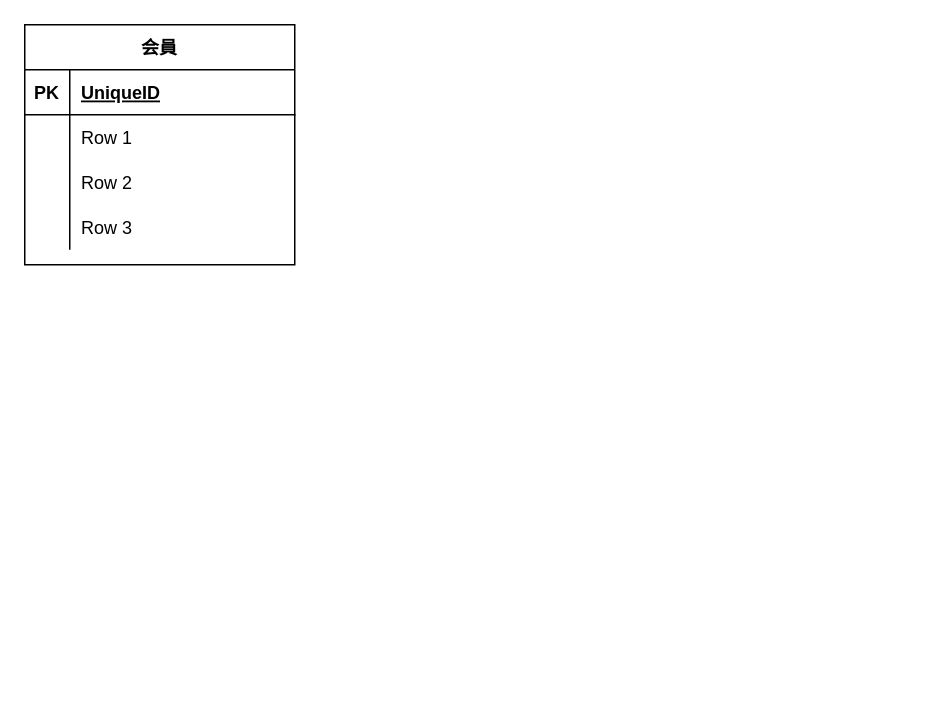
This is Rennsyuu Diagram.drawio from 38takumi/-, a draw.io file, before an edit. Source tidied: cells renumbered, new cells numbered last; positions are measured from the earlier drawing's top-left corner, leaving out a move shared by most shapes. Both pictures are drawn from the tidied source at 150%, with x=0, y=0 at pixel (24, 24).
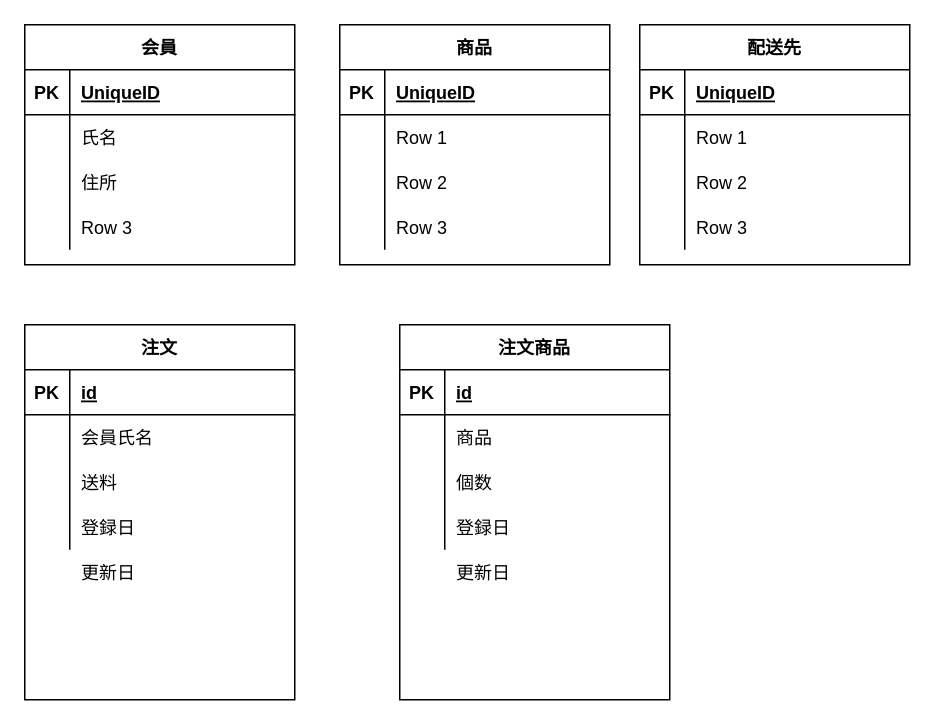
The same diagram, later.

The change refers to these unchanged cells:
```xml
<mxCell id="6" style="shape=partialRectangle;fillColor=none;top=0;left=0;bottom=0;right=0;" parent="2" vertex="1">
  <mxGeometry y="60" width="180" height="30" as="geometry" />
</mxCell>
<mxCell id="9" style="shape=partialRectangle;fillColor=none;top=0;left=0;bottom=0;right=0;" parent="2" vertex="1">
  <mxGeometry y="90" width="180" height="30" as="geometry" />
</mxCell>
```

Change to the diagram source:
```diff
@@
-    <mxCell id="8" value="Row 1" style="shape=partialRectangle;fillColor=none;top=0;left=0;bottom=0;right=0;align=left;spacingLeft=6;overflow=hidden;" parent="6" vertex="1">
+    <mxCell id="8" value="氏名" style="shape=partialRectangle;fillColor=none;top=0;left=0;bottom=0;right=0;align=left;spacingLeft=6;overflow=hidden;" parent="6" vertex="1">
       <mxGeometry x="30" width="150" height="30" as="geometry" />
     </mxCell>
@@
-    <mxCell id="11" value="Row 2" style="shape=partialRectangle;fillColor=none;top=0;left=0;bottom=0;right=0;align=left;spacingLeft=6;overflow=hidden;" parent="9" vertex="1">
+    <mxCell id="11" value="住所" style="shape=partialRectangle;fillColor=none;top=0;left=0;bottom=0;right=0;align=left;spacingLeft=6;overflow=hidden;" parent="9" vertex="1">
       <mxGeometry x="30" width="150" height="30" as="geometry" />
     </mxCell>
@@
+    <mxCell id="15" value="商品" style="shape=table;startSize=30;childLayout=tableLayout;rowLines=0;fontStyle=1;align=center;" parent="1" vertex="1">
+      <mxGeometry x="210" width="180" height="160" as="geometry" />
+    </mxCell>
+    <mxCell id="16" style="shape=partialRectangle;fillColor=none;top=0;left=0;bottom=1;right=0;" parent="15" vertex="1">
+      <mxGeometry y="30" width="180" height="30" as="geometry" />
+    </mxCell>
+    <mxCell id="17" value="PK" style="shape=partialRectangle;fillColor=none;top=0;left=0;bottom=0;right=0;fontStyle=1;overflow=hidden;" parent="16" vertex="1">
+      <mxGeometry width="30" height="30" as="geometry" />
+    </mxCell>
+    <mxCell id="18" value="UniqueID" style="shape=partialRectangle;fillColor=none;top=0;left=0;bottom=0;right=0;align=left;spacingLeft=6;fontStyle=5;overflow=hidden;" parent="16" vertex="1">
+      <mxGeometry x="30" width="150" height="30" as="geometry" />
+    </mxCell>
+    <mxCell id="19" style="shape=partialRectangle;fillColor=none;top=0;left=0;bottom=0;right=0;" parent="15" vertex="1">
+      <mxGeometry y="60" width="180" height="30" as="geometry" />
+    </mxCell>
+    <mxCell id="20" style="shape=partialRectangle;fillColor=none;top=0;left=0;bottom=0;right=0;overflow=hidden;" parent="19" vertex="1">
+      <mxGeometry width="30" height="30" as="geometry" />
+    </mxCell>
+    <mxCell id="21" value="Row 1" style="shape=partialRectangle;fillColor=none;top=0;left=0;bottom=0;right=0;align=left;spacingLeft=6;overflow=hidden;" parent="19" vertex="1">
+      <mxGeometry x="30" width="150" height="30" as="geometry" />
+    </mxCell>
+    <mxCell id="22" style="shape=partialRectangle;fillColor=none;top=0;left=0;bottom=0;right=0;" parent="15" vertex="1">
+      <mxGeometry y="90" width="180" height="30" as="geometry" />
+    </mxCell>
+    <mxCell id="23" style="shape=partialRectangle;fillColor=none;top=0;left=0;bottom=0;right=0;overflow=hidden;" parent="22" vertex="1">
+      <mxGeometry width="30" height="30" as="geometry" />
+    </mxCell>
+    <mxCell id="24" value="Row 2" style="shape=partialRectangle;fillColor=none;top=0;left=0;bottom=0;right=0;align=left;spacingLeft=6;overflow=hidden;" parent="22" vertex="1">
+      <mxGeometry x="30" width="150" height="30" as="geometry" />
+    </mxCell>
+    <mxCell id="25" style="shape=partialRectangle;fillColor=none;top=0;left=0;bottom=0;right=0;" parent="15" vertex="1">
+      <mxGeometry y="120" width="180" height="30" as="geometry" />
+    </mxCell>
+    <mxCell id="26" style="shape=partialRectangle;fillColor=none;top=0;left=0;bottom=0;right=0;overflow=hidden;" parent="25" vertex="1">
+      <mxGeometry width="30" height="30" as="geometry" />
+    </mxCell>
+    <mxCell id="27" value="Row 3" style="shape=partialRectangle;fillColor=none;top=0;left=0;bottom=0;right=0;align=left;spacingLeft=6;overflow=hidden;" parent="25" vertex="1">
+      <mxGeometry x="30" width="150" height="30" as="geometry" />
+    </mxCell>
+    <mxCell id="28" value="配送先" style="shape=table;startSize=30;childLayout=tableLayout;rowLines=0;fontStyle=1;align=center;" parent="1" vertex="1">
+      <mxGeometry x="410" width="180" height="160" as="geometry" />
+    </mxCell>
+    <mxCell id="29" style="shape=partialRectangle;fillColor=none;top=0;left=0;bottom=1;right=0;" parent="28" vertex="1">
+      <mxGeometry y="30" width="180" height="30" as="geometry" />
+    </mxCell>
+    <mxCell id="30" value="PK" style="shape=partialRectangle;fillColor=none;top=0;left=0;bottom=0;right=0;fontStyle=1;overflow=hidden;" parent="29" vertex="1">
+      <mxGeometry width="30" height="30" as="geometry" />
+    </mxCell>
+    <mxCell id="31" value="UniqueID" style="shape=partialRectangle;fillColor=none;top=0;left=0;bottom=0;right=0;align=left;spacingLeft=6;fontStyle=5;overflow=hidden;" parent="29" vertex="1">
+      <mxGeometry x="30" width="150" height="30" as="geometry" />
+    </mxCell>
+    <mxCell id="32" style="shape=partialRectangle;fillColor=none;top=0;left=0;bottom=0;right=0;" parent="28" vertex="1">
+      <mxGeometry y="60" width="180" height="30" as="geometry" />
+    </mxCell>
+    <mxCell id="33" style="shape=partialRectangle;fillColor=none;top=0;left=0;bottom=0;right=0;overflow=hidden;" parent="32" vertex="1">
+      <mxGeometry width="30" height="30" as="geometry" />
+    </mxCell>
+    <mxCell id="34" value="Row 1" style="shape=partialRectangle;fillColor=none;top=0;left=0;bottom=0;right=0;align=left;spacingLeft=6;overflow=hidden;" parent="32" vertex="1">
+      <mxGeometry x="30" width="150" height="30" as="geometry" />
+    </mxCell>
+    <mxCell id="35" style="shape=partialRectangle;fillColor=none;top=0;left=0;bottom=0;right=0;" parent="28" vertex="1">
+      <mxGeometry y="90" width="180" height="30" as="geometry" />
+    </mxCell>
+    <mxCell id="36" style="shape=partialRectangle;fillColor=none;top=0;left=0;bottom=0;right=0;overflow=hidden;" parent="35" vertex="1">
+      <mxGeometry width="30" height="30" as="geometry" />
+    </mxCell>
+    <mxCell id="37" value="Row 2" style="shape=partialRectangle;fillColor=none;top=0;left=0;bottom=0;right=0;align=left;spacingLeft=6;overflow=hidden;" parent="35" vertex="1">
+      <mxGeometry x="30" width="150" height="30" as="geometry" />
+    </mxCell>
+    <mxCell id="38" style="shape=partialRectangle;fillColor=none;top=0;left=0;bottom=0;right=0;" parent="28" vertex="1">
+      <mxGeometry y="120" width="180" height="30" as="geometry" />
+    </mxCell>
+    <mxCell id="39" style="shape=partialRectangle;fillColor=none;top=0;left=0;bottom=0;right=0;overflow=hidden;" parent="38" vertex="1">
+      <mxGeometry width="30" height="30" as="geometry" />
+    </mxCell>
+    <mxCell id="40" value="Row 3" style="shape=partialRectangle;fillColor=none;top=0;left=0;bottom=0;right=0;align=left;spacingLeft=6;overflow=hidden;" parent="38" vertex="1">
+      <mxGeometry x="30" width="150" height="30" as="geometry" />
+    </mxCell>
+    <mxCell id="41" value="注文" style="shape=table;startSize=30;childLayout=tableLayout;rowLines=0;fontStyle=1;align=center;" parent="1" vertex="1">
+      <mxGeometry y="200" width="180" height="250" as="geometry" />
+    </mxCell>
+    <mxCell id="42" style="shape=partialRectangle;fillColor=none;top=0;left=0;bottom=1;right=0;" parent="41" vertex="1">
+      <mxGeometry y="30" width="180" height="30" as="geometry" />
+    </mxCell>
+    <mxCell id="43" value="PK" style="shape=partialRectangle;fillColor=none;top=0;left=0;bottom=0;right=0;fontStyle=1;overflow=hidden;" parent="42" vertex="1">
+      <mxGeometry width="30" height="30" as="geometry" />
+    </mxCell>
+    <mxCell id="44" value="id" style="shape=partialRectangle;fillColor=none;top=0;left=0;bottom=0;right=0;align=left;spacingLeft=6;fontStyle=5;overflow=hidden;" parent="42" vertex="1">
+      <mxGeometry x="30" width="150" height="30" as="geometry" />
+    </mxCell>
+    <mxCell id="45" style="shape=partialRectangle;fillColor=none;top=0;left=0;bottom=0;right=0;" parent="41" vertex="1">
+      <mxGeometry y="60" width="180" height="30" as="geometry" />
+    </mxCell>
+    <mxCell id="46" style="shape=partialRectangle;fillColor=none;top=0;left=0;bottom=0;right=0;overflow=hidden;" parent="45" vertex="1">
+      <mxGeometry width="30" height="30" as="geometry" />
+    </mxCell>
+    <mxCell id="47" value="会員氏名" style="shape=partialRectangle;fillColor=none;top=0;left=0;bottom=0;right=0;align=left;spacingLeft=6;overflow=hidden;" parent="45" vertex="1">
+      <mxGeometry x="30" width="150" height="30" as="geometry" />
+    </mxCell>
+    <mxCell id="48" style="shape=partialRectangle;fillColor=none;top=0;left=0;bottom=0;right=0;" parent="41" vertex="1">
+      <mxGeometry y="90" width="180" height="30" as="geometry" />
+    </mxCell>
+    <mxCell id="49" style="shape=partialRectangle;fillColor=none;top=0;left=0;bottom=0;right=0;overflow=hidden;" parent="48" vertex="1">
+      <mxGeometry width="30" height="30" as="geometry" />
+    </mxCell>
+    <mxCell id="50" style="shape=partialRectangle;fillColor=none;top=0;left=0;bottom=0;right=0;align=left;spacingLeft=6;overflow=hidden;" parent="48" vertex="1">
+      <mxGeometry x="30" width="150" height="30" as="geometry" />
+    </mxCell>
+    <mxCell id="51" style="shape=partialRectangle;fillColor=none;top=0;left=0;bottom=0;right=0;" parent="41" vertex="1">
+      <mxGeometry y="120" width="180" height="30" as="geometry" />
+    </mxCell>
+    <mxCell id="52" style="shape=partialRectangle;fillColor=none;top=0;left=0;bottom=0;right=0;overflow=hidden;" parent="51" vertex="1">
+      <mxGeometry width="30" height="30" as="geometry" />
+    </mxCell>
+    <mxCell id="53" style="shape=partialRectangle;fillColor=none;top=0;left=0;bottom=0;right=0;align=left;spacingLeft=6;overflow=hidden;" parent="51" vertex="1">
+      <mxGeometry x="30" width="150" height="30" as="geometry" />
+    </mxCell>
+    <mxCell id="54" value="送料" style="shape=partialRectangle;fillColor=none;top=0;left=0;bottom=0;right=0;align=left;spacingLeft=6;overflow=hidden;" parent="1" vertex="1">
+      <mxGeometry x="30" y="290" width="150" height="30" as="geometry" />
+    </mxCell>
+    <mxCell id="55" value="登録日" style="shape=partialRectangle;fillColor=none;top=0;left=0;bottom=0;right=0;align=left;spacingLeft=6;overflow=hidden;" parent="1" vertex="1">
+      <mxGeometry x="280" y="320" width="150" height="30" as="geometry" />
+    </mxCell>
+    <mxCell id="56" value="更新日" style="shape=partialRectangle;fillColor=none;top=0;left=0;bottom=0;right=0;align=left;spacingLeft=6;overflow=hidden;" parent="1" vertex="1">
+      <mxGeometry x="280" y="350" width="150" height="30" as="geometry" />
+    </mxCell>
+    <mxCell id="57" value="注文商品" style="shape=table;startSize=30;childLayout=tableLayout;rowLines=0;fontStyle=1;align=center;" parent="1" vertex="1">
+      <mxGeometry x="250" y="200" width="180" height="250" as="geometry" />
+    </mxCell>
+    <mxCell id="58" style="shape=partialRectangle;fillColor=none;top=0;left=0;bottom=1;right=0;" parent="57" vertex="1">
+      <mxGeometry y="30" width="180" height="30" as="geometry" />
+    </mxCell>
+    <mxCell id="59" value="PK" style="shape=partialRectangle;fillColor=none;top=0;left=0;bottom=0;right=0;fontStyle=1;overflow=hidden;" parent="58" vertex="1">
+      <mxGeometry width="30" height="30" as="geometry" />
+    </mxCell>
+    <mxCell id="60" value="id" style="shape=partialRectangle;fillColor=none;top=0;left=0;bottom=0;right=0;align=left;spacingLeft=6;fontStyle=5;overflow=hidden;" parent="58" vertex="1">
+      <mxGeometry x="30" width="150" height="30" as="geometry" />
+    </mxCell>
+    <mxCell id="61" style="shape=partialRectangle;fillColor=none;top=0;left=0;bottom=0;right=0;" parent="57" vertex="1">
+      <mxGeometry y="60" width="180" height="30" as="geometry" />
+    </mxCell>
+    <mxCell id="62" style="shape=partialRectangle;fillColor=none;top=0;left=0;bottom=0;right=0;overflow=hidden;" parent="61" vertex="1">
+      <mxGeometry width="30" height="30" as="geometry" />
+    </mxCell>
+    <mxCell id="63" value="商品" style="shape=partialRectangle;fillColor=none;top=0;left=0;bottom=0;right=0;align=left;spacingLeft=6;overflow=hidden;" parent="61" vertex="1">
+      <mxGeometry x="30" width="150" height="30" as="geometry" />
+    </mxCell>
+    <mxCell id="64" style="shape=partialRectangle;fillColor=none;top=0;left=0;bottom=0;right=0;" parent="57" vertex="1">
+      <mxGeometry y="90" width="180" height="30" as="geometry" />
+    </mxCell>
+    <mxCell id="65" style="shape=partialRectangle;fillColor=none;top=0;left=0;bottom=0;right=0;overflow=hidden;" parent="64" vertex="1">
+      <mxGeometry width="30" height="30" as="geometry" />
+    </mxCell>
+    <mxCell id="66" value="個数" style="shape=partialRectangle;fillColor=none;top=0;left=0;bottom=0;right=0;align=left;spacingLeft=6;overflow=hidden;" parent="64" vertex="1">
+      <mxGeometry x="30" width="150" height="30" as="geometry" />
+    </mxCell>
+    <mxCell id="67" style="shape=partialRectangle;fillColor=none;top=0;left=0;bottom=0;right=0;" parent="57" vertex="1">
+      <mxGeometry y="120" width="180" height="30" as="geometry" />
+    </mxCell>
+    <mxCell id="68" style="shape=partialRectangle;fillColor=none;top=0;left=0;bottom=0;right=0;overflow=hidden;" parent="67" vertex="1">
+      <mxGeometry width="30" height="30" as="geometry" />
+    </mxCell>
+    <mxCell id="69" style="shape=partialRectangle;fillColor=none;top=0;left=0;bottom=0;right=0;align=left;spacingLeft=6;overflow=hidden;" parent="67" vertex="1">
+      <mxGeometry x="30" width="150" height="30" as="geometry" />
+    </mxCell>
+    <mxCell id="70" value="更新日" style="shape=partialRectangle;fillColor=none;top=0;left=0;bottom=0;right=0;align=left;spacingLeft=6;overflow=hidden;" parent="1" vertex="1">
+      <mxGeometry x="30" y="350" width="150" height="30" as="geometry" />
+    </mxCell>
+    <mxCell id="71" value="登録日" style="shape=partialRectangle;fillColor=none;top=0;left=0;bottom=0;right=0;align=left;spacingLeft=6;overflow=hidden;" parent="1" vertex="1">
+      <mxGeometry x="30" y="320" width="150" height="30" as="geometry" />
+    </mxCell>
```
